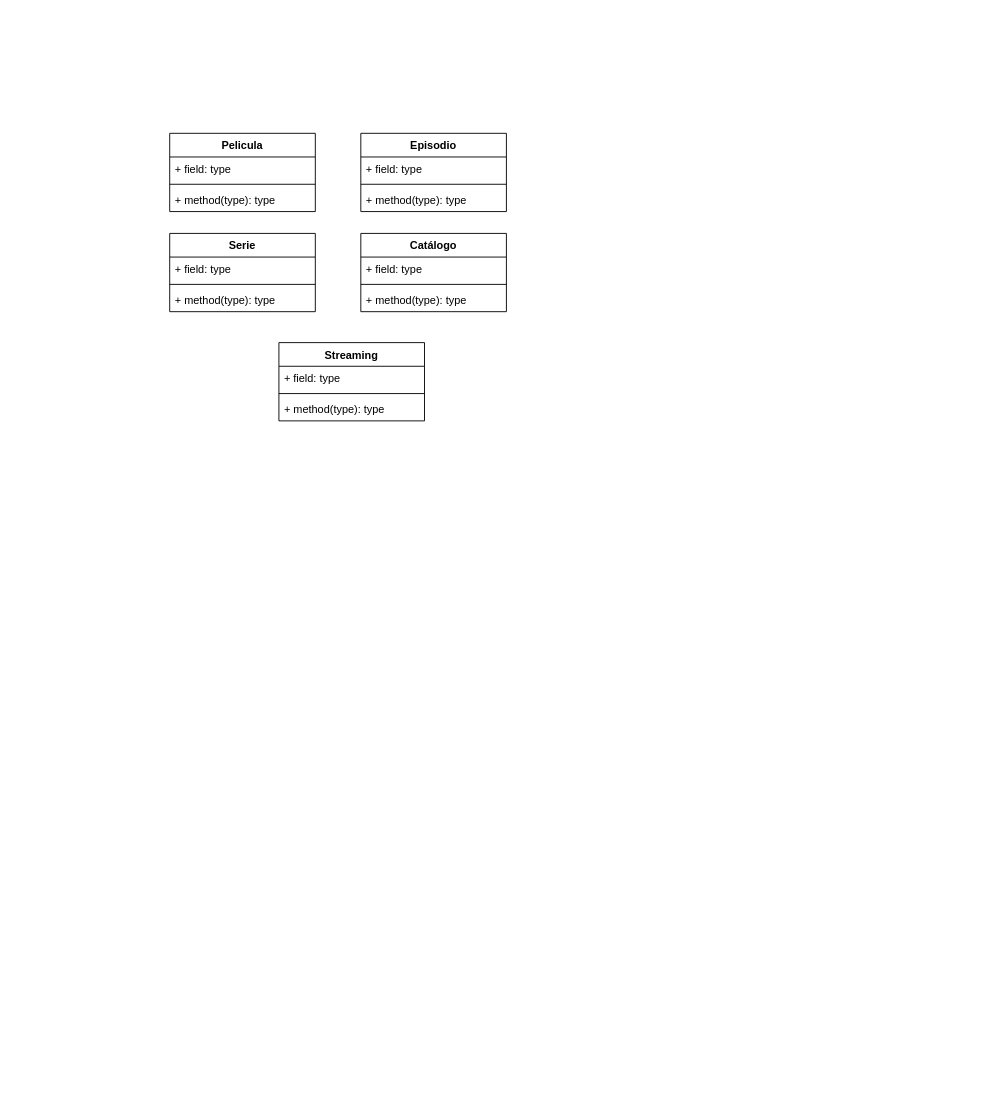
Above: page "UML" (1 of 2) of streaming.drawio in rosafigueroaA01748086/proyectointegrador-A01748800 (draw.io), before the change. Source tidied: cells renumbered, new cells numbered last; positions are measured from the earlier drawing's top-left corner, leaving out a move shared by most shapes. Both pictures are drawn from the tidied source at 91%, with x=0, y=0 at pixel (169, 133).
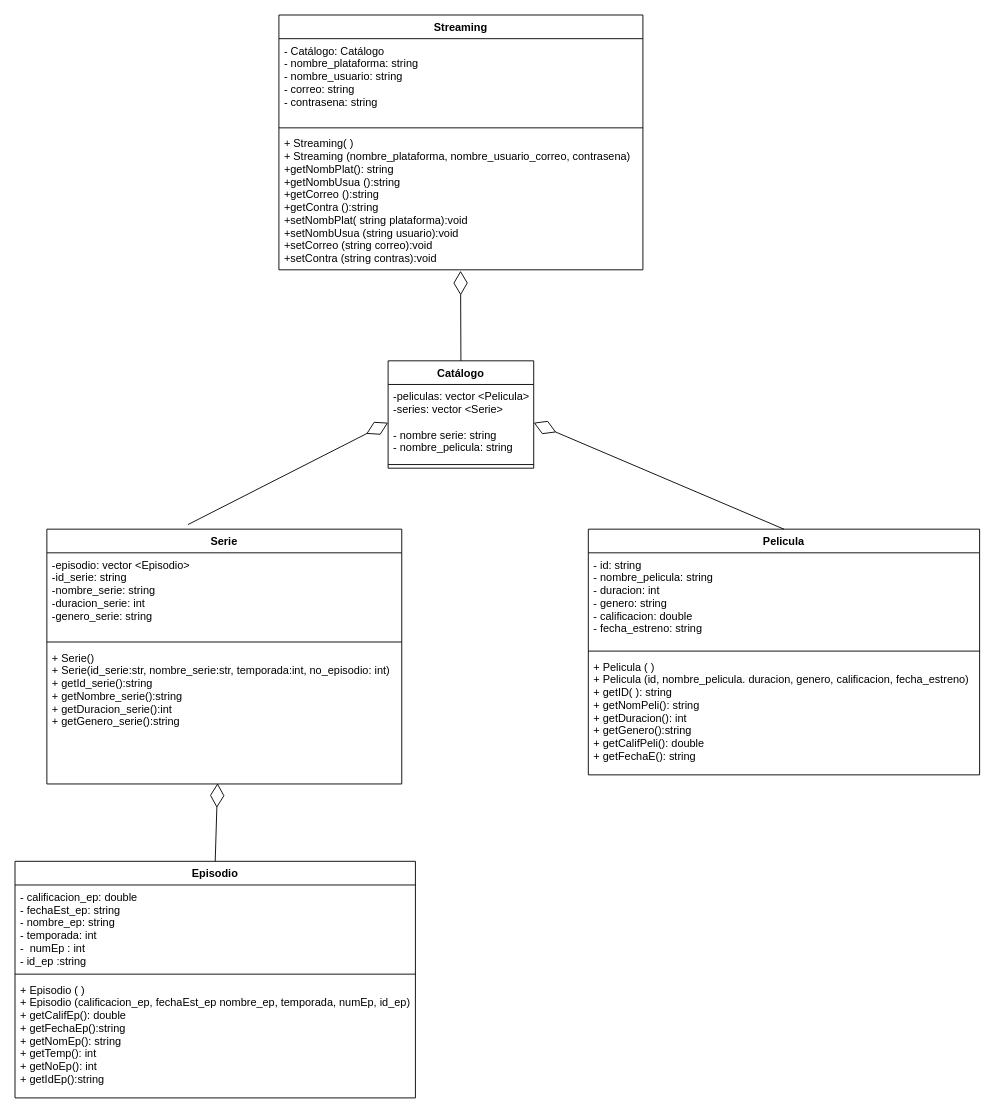
The same diagram, later.

What changed in the source:
```diff
@@
     <mxCell id="2" value="Pelicula" style="swimlane;fontStyle=1;align=center;verticalAlign=top;horizontal=1;startSize=26;" parent="1" vertex="1">
-      <mxGeometry width="160" height="86" as="geometry" />
+      <mxGeometry x="460" y="435" width="430" height="270" as="geometry" />
     </mxCell>
-    <mxCell id="3" value="+ field: type" style="text;strokeColor=none;fillColor=none;align=left;verticalAlign=top;spacingLeft=4;spacingRight=4;overflow=hidden;" parent="2" vertex="1">
-      <mxGeometry y="26" width="160" height="26" as="geometry" />
+    <mxCell id="3" value="- id: string&#10;- nombre_pelicula: string&#10;- duracion: int &#10;- genero: string&#10;- calificacion: double&#10;- fecha_estreno: string" style="text;strokeColor=none;fillColor=none;align=left;verticalAlign=top;spacingLeft=4;spacingRight=4;overflow=hidden;" parent="2" vertex="1">
+      <mxGeometry y="26" width="430" height="104" as="geometry" />
     </mxCell>
     <mxCell id="4" style="line;strokeWidth=1;fillColor=none;align=left;verticalAlign=middle;spacingTop=-1;spacingLeft=3;spacingRight=3;labelPosition=right;" parent="2" vertex="1">
-      <mxGeometry y="52" width="160" height="8" as="geometry" />
+      <mxGeometry y="130" width="430" height="8" as="geometry" />
     </mxCell>
-    <mxCell id="5" value="+ method(type): type" style="text;strokeColor=none;fillColor=none;align=left;verticalAlign=top;spacingLeft=4;spacingRight=4;overflow=hidden;" parent="2" vertex="1">
-      <mxGeometry y="60" width="160" height="26" as="geometry" />
+    <mxCell id="5" value="+ Pelicula ( )&#10;+ Pelicula (id, nombre_pelicula. duracion, genero, calificacion, fecha_estreno)&#10;+ getID( ): string&#10;+ getNomPeli(): string&#10;+ getDuracion(): int&#10;+ getGenero():string&#10;+ getCalifPeli(): double&#10;+ getFechaE(): string&#10;" style="text;strokeColor=none;fillColor=none;align=left;verticalAlign=top;spacingLeft=4;spacingRight=4;overflow=hidden;" parent="2" vertex="1">
+      <mxGeometry y="138" width="430" height="132" as="geometry" />
     </mxCell>
     <mxCell id="6" value="Serie" style="swimlane;fontStyle=1;align=center;verticalAlign=top;horizontal=1;startSize=26;" parent="1" vertex="1">
-      <mxGeometry y="110" width="160" height="86" as="geometry" />
+      <mxGeometry x="-135" y="435" width="390" height="280" as="geometry" />
     </mxCell>
-    <mxCell id="7" value="+ field: type" style="text;strokeColor=none;fillColor=none;align=left;verticalAlign=top;spacingLeft=4;spacingRight=4;overflow=hidden;" parent="6" vertex="1">
-      <mxGeometry y="26" width="160" height="26" as="geometry" />
+    <mxCell id="7" value="-episodio: vector &lt;Episodio&gt;&#10;-id_serie: string&#10;-nombre_serie: string&#10;-duracion_serie: int&#10;-genero_serie: string" style="text;strokeColor=none;fillColor=none;align=left;verticalAlign=top;spacingLeft=4;spacingRight=4;overflow=hidden;" parent="6" vertex="1">
+      <mxGeometry y="26" width="390" height="94" as="geometry" />
     </mxCell>
     <mxCell id="8" style="line;strokeWidth=1;fillColor=none;align=left;verticalAlign=middle;spacingTop=-1;spacingLeft=3;spacingRight=3;labelPosition=right;" parent="6" vertex="1">
-      <mxGeometry y="52" width="160" height="8" as="geometry" />
+      <mxGeometry y="120" width="390" height="8" as="geometry" />
     </mxCell>
-    <mxCell id="9" value="+ method(type): type" style="text;strokeColor=none;fillColor=none;align=left;verticalAlign=top;spacingLeft=4;spacingRight=4;overflow=hidden;points=[[0,0.5],[1,0.5]];portConstraint=eastwest;" parent="6" vertex="1">
-      <mxGeometry y="60" width="160" height="26" as="geometry" />
+    <mxCell id="9" value="+ Serie()&#10;+ Serie(id_serie:str, nombre_serie:str, temporada:int, no_episodio: int)&#10;+ getId_serie():string&#10;+ getNombre_serie():string&#10;+ getDuracion_serie():int&#10;+ getGenero_serie():string&#10;" style="text;strokeColor=none;fillColor=none;align=left;verticalAlign=top;spacingLeft=4;spacingRight=4;overflow=hidden;points=[[0,0.5],[1,0.5]];portConstraint=eastwest;" parent="6" vertex="1">
+      <mxGeometry y="128" width="390" height="152" as="geometry" />
     </mxCell>
     <mxCell id="10" value="Episodio" style="swimlane;fontStyle=1;align=center;verticalAlign=top;horizontal=1;startSize=26;" parent="1" vertex="1">
-      <mxGeometry x="210" width="160" height="86" as="geometry" />
+      <mxGeometry x="-170" y="800" width="440" height="260" as="geometry" />
     </mxCell>
-    <mxCell id="11" value="+ field: type" style="text;strokeColor=none;fillColor=none;align=left;verticalAlign=top;spacingLeft=4;spacingRight=4;overflow=hidden;" parent="10" vertex="1">
-      <mxGeometry y="26" width="160" height="26" as="geometry" />
+    <mxCell id="11" value="- calificacion_ep: double&#10;- fechaEst_ep: string&#10;- nombre_ep: string&#10;- temporada: int&#10;-  numEp : int&#10;- id_ep :string&#10;" style="text;strokeColor=none;fillColor=none;align=left;verticalAlign=top;spacingLeft=4;spacingRight=4;overflow=hidden;" parent="10" vertex="1">
+      <mxGeometry y="26" width="440" height="94" as="geometry" />
     </mxCell>
     <mxCell id="12" style="line;strokeWidth=1;fillColor=none;align=left;verticalAlign=middle;spacingTop=-1;spacingLeft=3;spacingRight=3;labelPosition=right;" parent="10" vertex="1">
-      <mxGeometry y="52" width="160" height="8" as="geometry" />
+      <mxGeometry y="120" width="440" height="8" as="geometry" />
     </mxCell>
-    <mxCell id="13" value="+ method(type): type" style="text;strokeColor=none;fillColor=none;align=left;verticalAlign=top;spacingLeft=4;spacingRight=4;overflow=hidden;" parent="10" vertex="1">
-      <mxGeometry y="60" width="160" height="26" as="geometry" />
+    <mxCell id="13" value="+ Episodio ( )&#10;+ Episodio (calificacion_ep, fechaEst_ep nombre_ep, temporada, numEp, id_ep)&#10;+ getCalifEp(): double&#10;+ getFechaEp():string&#10;+ getNomEp(): string&#10;+ getTemp(): int&#10;+ getNoEp(): int&#10;+ getIdEp():string&#10;&#10;" style="text;strokeColor=none;fillColor=none;align=left;verticalAlign=top;spacingLeft=4;spacingRight=4;overflow=hidden;" parent="10" vertex="1">
+      <mxGeometry y="128" width="440" height="132" as="geometry" />
     </mxCell>
     <mxCell id="14" value="Catálogo" style="swimlane;fontStyle=1;align=center;verticalAlign=top;horizontal=1;startSize=26;" parent="1" vertex="1">
-      <mxGeometry x="210" y="110" width="160" height="86" as="geometry" />
+      <mxGeometry x="240" y="250" width="160" height="118" as="geometry" />
     </mxCell>
-    <mxCell id="15" value="+ field: type" style="text;strokeColor=none;fillColor=none;align=left;verticalAlign=top;spacingLeft=4;spacingRight=4;overflow=hidden;points=[[0,0.5],[1,0.5]];portConstraint=eastwest;" parent="14" vertex="1">
-      <mxGeometry y="26" width="160" height="26" as="geometry" />
+    <mxCell id="15" value="-peliculas: vector &lt;Pelicula&gt;&#10;-series: vector &lt;Serie&gt;&#10;&#10;- nombre serie: string&#10;- nombre_pelicula: string" style="text;strokeColor=none;fillColor=none;align=left;verticalAlign=top;spacingLeft=4;spacingRight=4;overflow=hidden;points=[[0,0.5],[1,0.5]];portConstraint=eastwest;" parent="14" vertex="1">
+      <mxGeometry y="26" width="160" height="84" as="geometry" />
     </mxCell>
     <mxCell id="16" style="line;strokeWidth=1;fillColor=none;align=left;verticalAlign=middle;spacingTop=-1;spacingLeft=3;spacingRight=3;labelPosition=right;" parent="14" vertex="1">
-      <mxGeometry y="52" width="160" height="8" as="geometry" />
+      <mxGeometry y="110" width="160" height="8" as="geometry" />
     </mxCell>
-    <mxCell id="17" value="+ method(type): type" style="text;strokeColor=none;fillColor=none;align=left;verticalAlign=top;spacingLeft=4;spacingRight=4;overflow=hidden;" parent="14" vertex="1">
-      <mxGeometry y="60" width="160" height="26" as="geometry" />
-    </mxCell>
     <mxCell id="18" value="Streaming" style="swimlane;fontStyle=1;align=center;verticalAlign=top;horizontal=1;startSize=26;" parent="1" vertex="1">
-      <mxGeometry x="120" y="230" width="160" height="86" as="geometry" />
+      <mxGeometry x="120" y="-130" width="400" height="280" as="geometry" />
     </mxCell>
-    <mxCell id="19" value="+ field: type" style="text;strokeColor=none;fillColor=none;align=left;verticalAlign=top;spacingLeft=4;spacingRight=4;overflow=hidden;" parent="18" vertex="1">
-      <mxGeometry y="26" width="160" height="26" as="geometry" />
+    <mxCell id="19" value="- Catálogo: Catálogo&#10;- nombre_plataforma: string&#10;- nombre_usuario: string&#10;- correo: string&#10;- contrasena: string " style="text;strokeColor=none;fillColor=none;align=left;verticalAlign=top;spacingLeft=4;spacingRight=4;overflow=hidden;" parent="18" vertex="1">
+      <mxGeometry y="26" width="400" height="94" as="geometry" />
     </mxCell>
     <mxCell id="20" style="line;strokeWidth=1;fillColor=none;align=left;verticalAlign=middle;spacingTop=-1;spacingLeft=3;spacingRight=3;labelPosition=right;" parent="18" vertex="1">
-      <mxGeometry y="52" width="160" height="8" as="geometry" />
+      <mxGeometry y="120" width="400" height="8" as="geometry" />
     </mxCell>
-    <mxCell id="21" value="+ method(type): type" style="text;strokeColor=none;fillColor=none;align=left;verticalAlign=top;spacingLeft=4;spacingRight=4;overflow=hidden;points=[[0,0.5],[1,0.5]];portConstraint=eastwest;" parent="18" vertex="1">
-      <mxGeometry y="60" width="160" height="26" as="geometry" />
+    <mxCell id="21" value="+ Streaming( )&#10;+ Streaming (nombre_plataforma, nombre_usuario_correo, contrasena)&#10;+getNombPlat(): string&#10;+getNombUsua ():string&#10;+getCorreo ():string&#10;+getContra ():string&#10;+setNombPlat( string plataforma):void&#10;+setNombUsua (string usuario):void&#10;+setCorreo (string correo):void&#10;+setContra (string contras):void" style="text;strokeColor=none;fillColor=none;align=left;verticalAlign=top;spacingLeft=4;spacingRight=4;overflow=hidden;points=[[0,0.5],[1,0.5]];portConstraint=eastwest;" parent="18" vertex="1">
+      <mxGeometry y="128" width="400" height="152" as="geometry" />
     </mxCell>
+    <mxCell id="22" style="endArrow=diamondThin;endFill=0;endSize=24;html=1;entryX=0;entryY=0.5;entryDx=0;entryDy=0;" parent="1" edge="1" target="15">
+      <mxGeometry relative="1" as="geometry">
+        <mxPoint x="20" y="430" as="sourcePoint" />
+      </mxGeometry>
+    </mxCell>
+    <mxCell id="23" style="endArrow=diamondThin;endFill=0;endSize=24;html=1;exitX=0.5;exitY=0;exitDx=0;exitDy=0;entryX=1;entryY=0.5;entryDx=0;entryDy=0;" parent="1" edge="1" source="2" target="15">
+      <mxGeometry relative="1" as="geometry" />
+    </mxCell>
+    <mxCell id="24" style="endArrow=diamondThin;endFill=0;endSize=24;html=1;entryX=0.481;entryY=0.995;entryDx=0;entryDy=0;entryPerimeter=0;exitX=0.5;exitY=0;exitDx=0;exitDy=0;" parent="1" edge="1" source="10" target="9">
+      <mxGeometry relative="1" as="geometry" />
+    </mxCell>
+    <mxCell id="25" style="endArrow=diamondThin;endFill=0;endSize=24;html=1;exitX=0.5;exitY=0;exitDx=0;exitDy=0;entryX=0.499;entryY=1.007;entryDx=0;entryDy=0;entryPerimeter=0;" parent="1" edge="1" source="14" target="21">
+      <mxGeometry relative="1" as="geometry" />
+    </mxCell>
```
